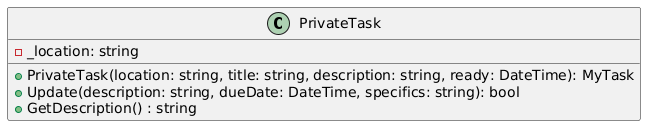
This is src/assets/img/kmom05/classdiagramPrivateTask.png from bth-csharp/website, a PlantUML export, as it was before one commit.
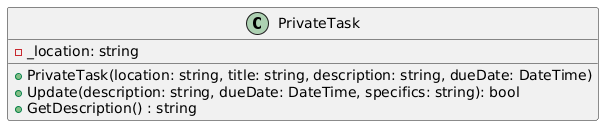
After the change.

Commit message:
Update kmom05 task removed MyTaskHandler och Planner

Diff of the diagram source:
```diff
@@ -3,7 +3,7 @@
 {
     - _location: string
 
-    + PrivateTask(location: string, title: string, description: string, ready: DateTime): MyTask
+    + PrivateTask(location: string, title: string, description: string, dueDate: DateTime)
     + Update(description: string, dueDate: DateTime, specifics: string): bool
     + GetDescription() : string
 }
```
